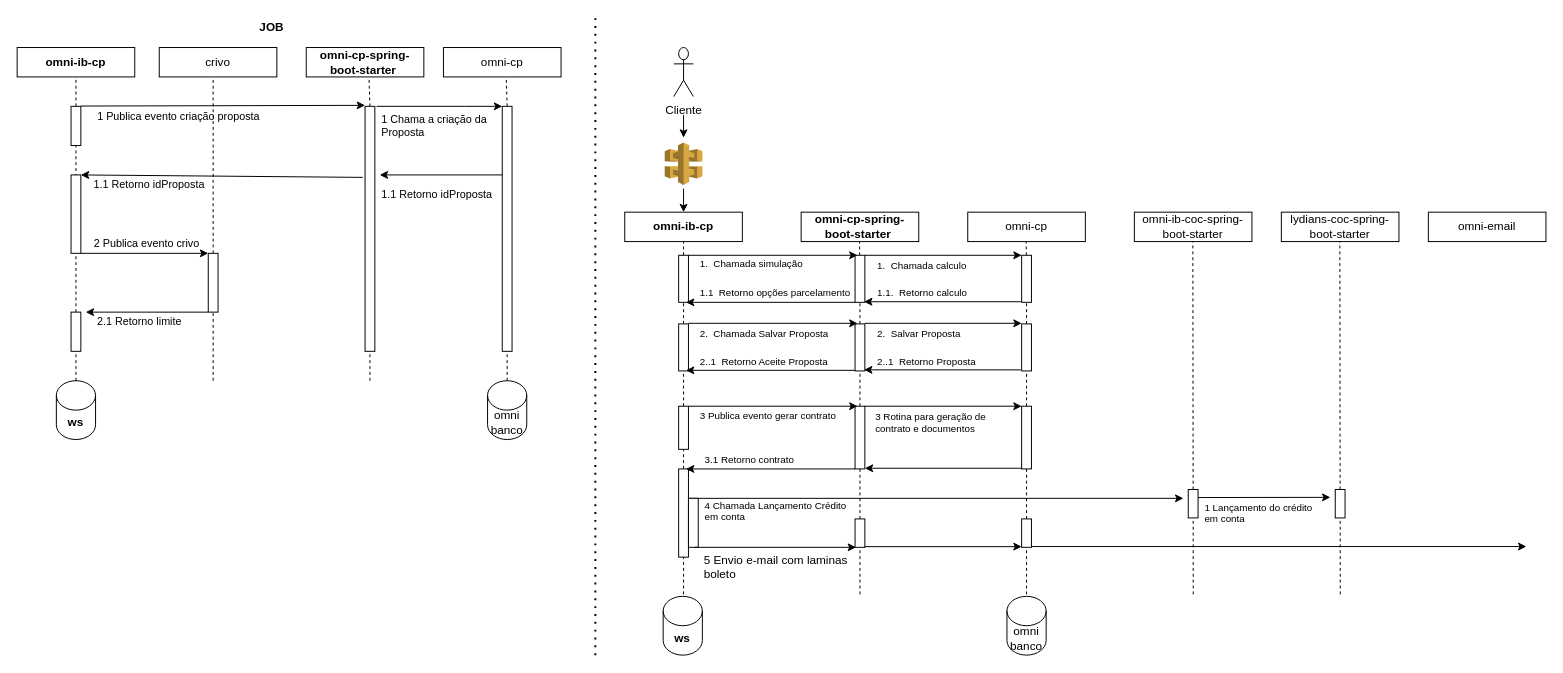
Before: Untitled Diagram.drawio in augustotbraga/diagrams, a draw.io diagram. Source tidied: cells renumbered, new cells numbered last; positions are measured from the earlier drawing's top-left corner, leaving out a move shared by most shapes. Both pictures are drawn from the tidied source at 98%, with x=0, y=0 at pixel (17, 18).
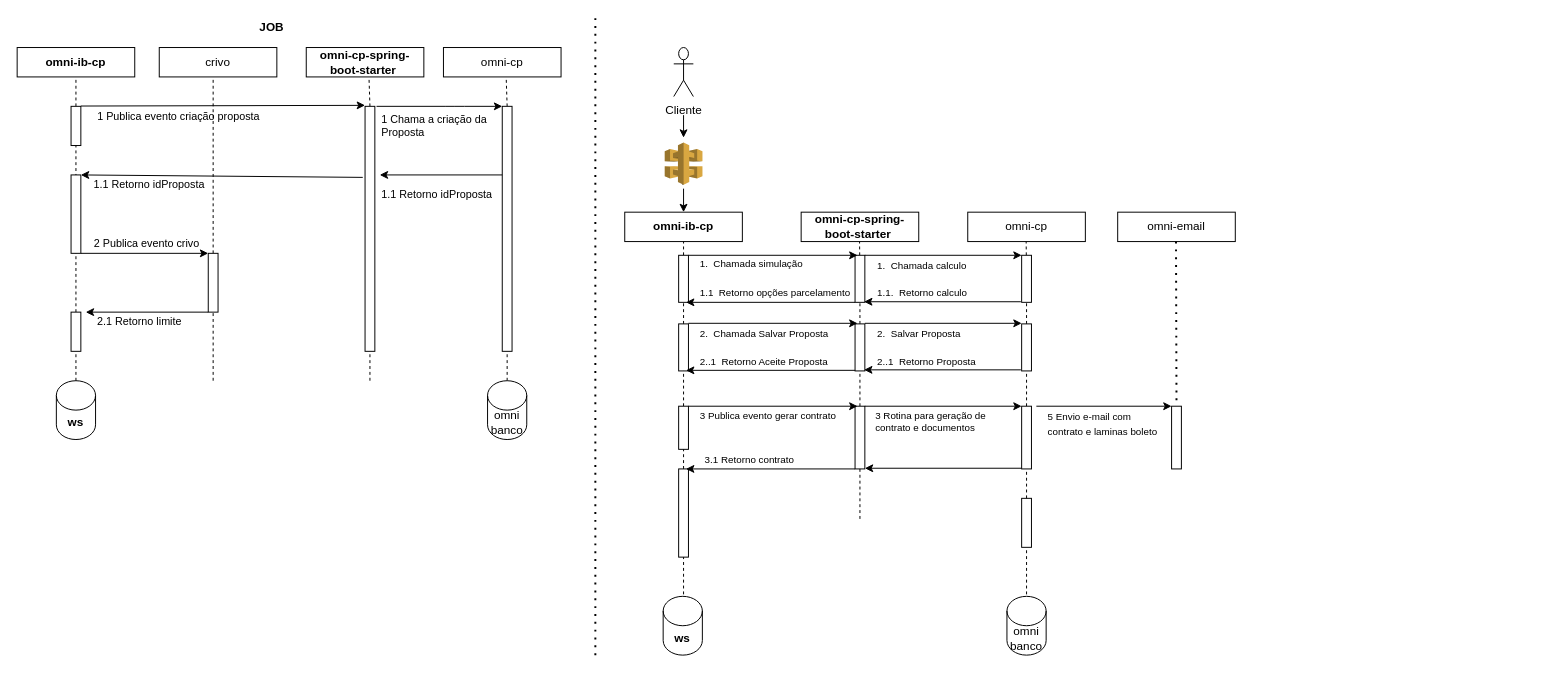
The same page after the edit.

The change refers to these unchanged cells:
```xml
<mxCell id="72" style="rounded=0;whiteSpace=wrap;html=1;" parent="1" vertex="1">
  <mxGeometry x="855" y="396" width="10" height="64" as="geometry" />
</mxCell>
```

Change to the diagram source:
```diff
@@
-    <mxCell id="48" value="omni-ib-coc-spring-boot-starter" style="rounded=0;whiteSpace=wrap;html=1;fontStyle=0;" parent="1" vertex="1">
-      <mxGeometry x="1140" y="198" width="120" height="30" as="geometry" />
-    </mxCell>
@@
-    <mxCell id="53" style="endArrow=none;dashed=1;html=1;startArrow=none;" parent="1" edge="1" source="105">
-      <mxGeometry relative="1" as="geometry">
-        <mxPoint x="1199.7" y="228" as="targetPoint" />
-      </mxGeometry>
-    </mxCell>
@@
-    <mxCell id="73" style="endArrow=none;dashed=1;html=1;startArrow=none;" parent="1" edge="1" source="78" target="72">
-      <mxGeometry relative="1" as="geometry" />
+    <mxCell id="73" style="endArrow=none;dashed=1;html=1;startArrow=none;" parent="1" edge="1" target="72">
+      <mxGeometry relative="1" as="geometry">
+        <mxPoint x="860" y="511" as="sourcePoint" />
+      </mxGeometry>
     </mxCell>
@@
-    <mxCell id="78" style="rounded=0;whiteSpace=wrap;html=1;" parent="1" vertex="1">
-      <mxGeometry x="855" y="511" width="10" height="29" as="geometry" />
-    </mxCell>
-    <mxCell id="79" style="endArrow=none;dashed=1;html=1;" parent="1" edge="1" target="78">
-      <mxGeometry relative="1" as="geometry">
-        <mxPoint x="860" y="588" as="sourcePoint" />
-      </mxGeometry>
-    </mxCell>
-    <mxCell id="80" style="endArrow=classic;html=1;" parent="1" edge="1">
-      <mxGeometry relative="1" as="geometry">
-        <mxPoint x="685" y="490" as="sourcePoint" />
-        <mxPoint x="1190" y="490" as="targetPoint" />
-      </mxGeometry>
-    </mxCell>
-    <mxCell id="81" style="rounded=0;whiteSpace=wrap;html=1;" parent="1" vertex="1">
-      <mxGeometry x="685" y="490" width="10" height="50" as="geometry" />
-    </mxCell>
     <mxCell id="82" style="rounded=0;whiteSpace=wrap;html=1;" parent="1" vertex="1">
-      <mxGeometry x="1025" y="511" width="10" height="29" as="geometry" />
+      <mxGeometry x="1025" y="490" width="10" height="50" as="geometry" />
     </mxCell>
@@
-    <mxCell id="84" style="endArrow=classic;html=1;" parent="1" edge="1">
+    <mxCell id="84" style="endArrow=classic;html=1;entryX=0;entryY=0;entryDx=0;entryDy=0;" parent="1" edge="1" target="115">
       <mxGeometry relative="1" as="geometry">
-        <mxPoint x="691" y="540" as="sourcePoint" />
-        <mxPoint x="856" y="540" as="targetPoint" />
+        <mxPoint x="1040" y="396" as="sourcePoint" />
       </mxGeometry>
     </mxCell>
-    <mxCell id="85" value="5 Envio e-mail com laminas boleto" style="text;html=1;strokeColor=none;fillColor=none;align=left;verticalAlign=middle;whiteSpace=wrap;rounded=0;" parent="1" vertex="1">
-      <mxGeometry x="699.2" y="550" width="160" height="20" as="geometry" />
+    <mxCell id="85" value="&lt;font style=&quot;font-size: 10px&quot;&gt;5 Envio e-mail com contrato e&amp;nbsp;laminas boleto&lt;/font&gt;" style="text;html=1;strokeColor=none;fillColor=none;align=left;verticalAlign=middle;whiteSpace=wrap;rounded=0;" parent="1" vertex="1">
+      <mxGeometry x="1050" y="404" width="125" height="20" as="geometry" />
     </mxCell>
@@
-    <mxCell id="90" style="endArrow=classic;html=1;entryX=0;entryY=0;entryDx=0;entryDy=0;" parent="1" edge="1">
-      <mxGeometry relative="1" as="geometry">
-        <mxPoint x="865" y="539.3" as="sourcePoint" />
-        <mxPoint x="1025" y="539.3" as="targetPoint" />
-      </mxGeometry>
-    </mxCell>
@@
-    <mxCell id="96" value="4 Chamada Lançamento Crédito em conta" style="text;html=1;strokeColor=none;fillColor=none;align=left;verticalAlign=middle;whiteSpace=wrap;rounded=0;fontSize=10;" parent="1" vertex="1">
-      <mxGeometry x="700" y="493" width="160" height="20" as="geometry" />
-    </mxCell>
@@
     <mxCell id="102" value="3 Rotina para geração de contrato e documentos" style="text;html=1;strokeColor=none;fillColor=none;align=left;verticalAlign=middle;whiteSpace=wrap;rounded=0;fontSize=10;" parent="1" vertex="1">
-      <mxGeometry x="874.2" y="403" width="150.8" height="20" as="geometry" />
+      <mxGeometry x="874.2" y="403" width="150.8" height="17" as="geometry" />
     </mxCell>
@@
-    <mxCell id="105" style="rounded=0;whiteSpace=wrap;html=1;" parent="1" vertex="1">
-      <mxGeometry x="1195" y="481" width="10" height="29" as="geometry" />
-    </mxCell>
-    <mxCell id="106" style="endArrow=none;dashed=1;html=1;" parent="1" edge="1" target="105">
-      <mxGeometry relative="1" as="geometry">
-        <mxPoint x="1200.1" y="588" as="sourcePoint" />
-      </mxGeometry>
-    </mxCell>
-    <mxCell id="107" value="lydians-coc-spring-boot-starter" style="rounded=0;whiteSpace=wrap;html=1;fontStyle=0;" parent="1" vertex="1">
-      <mxGeometry x="1290" y="198" width="120" height="30" as="geometry" />
-    </mxCell>
-    <mxCell id="108" style="endArrow=none;dashed=1;html=1;startArrow=none;" parent="1" edge="1" source="109">
-      <mxGeometry relative="1" as="geometry">
-        <mxPoint x="1349.7" y="228" as="targetPoint" />
-      </mxGeometry>
-    </mxCell>
-    <mxCell id="109" style="rounded=0;whiteSpace=wrap;html=1;" parent="1" vertex="1">
-      <mxGeometry x="1345" y="481" width="10" height="29" as="geometry" />
-    </mxCell>
-    <mxCell id="110" style="endArrow=none;dashed=1;html=1;" parent="1" edge="1" target="109">
-      <mxGeometry relative="1" as="geometry">
-        <mxPoint x="1350.1" y="588" as="sourcePoint" />
-      </mxGeometry>
-    </mxCell>
-    <mxCell id="111" style="endArrow=classic;html=1;" parent="1" edge="1">
-      <mxGeometry relative="1" as="geometry">
-        <mxPoint x="1205" y="489.2" as="sourcePoint" />
-        <mxPoint x="1340" y="489" as="targetPoint" />
-      </mxGeometry>
-    </mxCell>
-    <mxCell id="112" value="1 Lançamento do crédito em conta&amp;nbsp;" style="text;html=1;strokeColor=none;fillColor=none;align=left;verticalAlign=middle;whiteSpace=wrap;rounded=0;fontSize=10;" parent="1" vertex="1">
-      <mxGeometry x="1210" y="495" width="120" height="20" as="geometry" />
-    </mxCell>
     <mxCell id="113" value="omni-email" style="rounded=0;whiteSpace=wrap;html=1;fontStyle=0;" parent="1" vertex="1">
-      <mxGeometry x="1440" y="198" width="120" height="30" as="geometry" />
+      <mxGeometry x="1123" y="198" width="120" height="30" as="geometry" />
     </mxCell>
-    <mxCell id="114" style="endArrow=classic;html=1;" parent="1" edge="1">
-      <mxGeometry relative="1" as="geometry">
-        <mxPoint x="1035" y="539.2" as="sourcePoint" />
-        <mxPoint x="1540" y="539.2" as="targetPoint" />
-      </mxGeometry>
-    </mxCell>
+    <mxCell id="115" style="rounded=0;whiteSpace=wrap;html=1;" parent="1" vertex="1">
+      <mxGeometry x="1178" y="396" width="10" height="64" as="geometry" />
+    </mxCell>
+    <mxCell id="116" style="endArrow=none;dashed=1;html=1;dashPattern=1 3;strokeWidth=2;" parent="1" edge="1">
+      <mxGeometry relative="1" as="geometry">
+        <mxPoint x="1183" y="390" as="sourcePoint" />
+        <mxPoint x="1182.5" y="228" as="targetPoint" />
+      </mxGeometry>
+    </mxCell>
```
